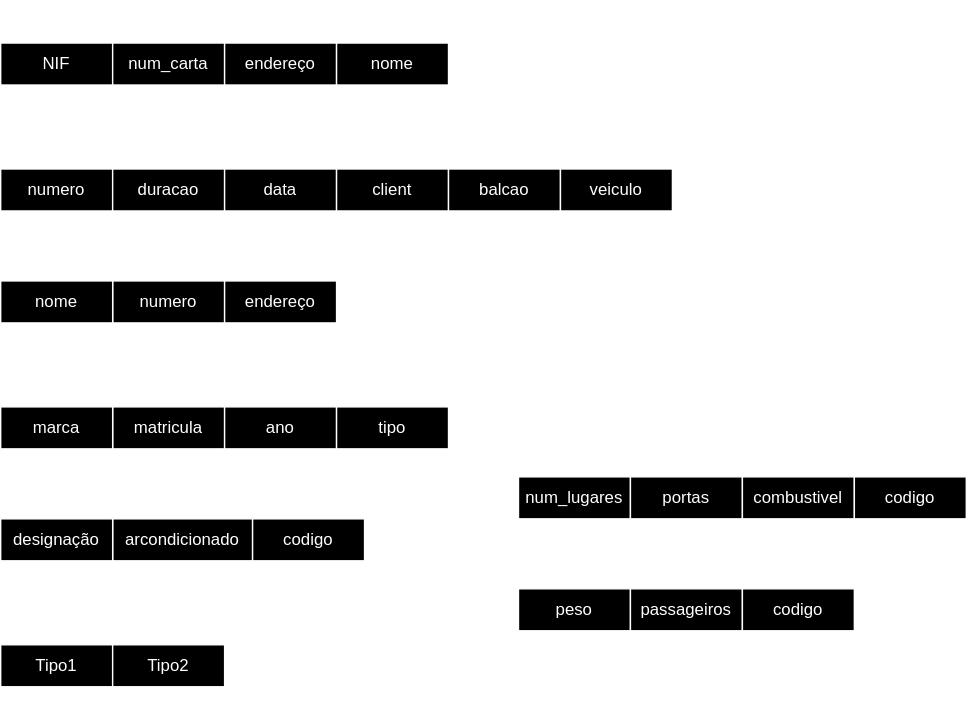
roldao04/BD keeps this draw.io diagram as Aula3/ex1c.svg. Above is the earlier version. Source tidied: cells renumbered, new cells last; positions are measured from the earlier drawing's top-left corner, leaving out a move shared by most shapes. Source of this version:
```xml
<mxGraphModel>
  <root>
    <mxCell id="0" />
    <mxCell id="1" parent="0" />
    <mxCell id="2" value="Client" style="text;html=1;align=center;verticalAlign=middle;whiteSpace=wrap;rounded=0;fontSize=16;fontStyle=1;" parent="1" vertex="1">
      <mxGeometry width="60" height="30" as="geometry" />
    </mxCell>
    <mxCell id="3" value="NIF" style="rounded=0;whiteSpace=wrap;html=1;" parent="1" vertex="1">
      <mxGeometry y="30" width="80" height="30" as="geometry" />
    </mxCell>
    <mxCell id="4" value="num_carta" style="rounded=0;whiteSpace=wrap;html=1;" parent="1" vertex="1">
      <mxGeometry x="80" y="30" width="80" height="30" as="geometry" />
    </mxCell>
    <mxCell id="5" value="endereço" style="rounded=0;whiteSpace=wrap;html=1;" parent="1" vertex="1">
      <mxGeometry x="160" y="30" width="80" height="30" as="geometry" />
    </mxCell>
    <mxCell id="6" value="nome" style="rounded=0;whiteSpace=wrap;html=1;" parent="1" vertex="1">
      <mxGeometry x="240" y="30" width="80" height="30" as="geometry" />
    </mxCell>
    <mxCell id="7" value="Aluguer" style="text;html=1;align=center;verticalAlign=middle;whiteSpace=wrap;rounded=0;fontSize=16;fontStyle=1;" parent="1" vertex="1">
      <mxGeometry y="90" width="80" height="30" as="geometry" />
    </mxCell>
    <mxCell id="8" value="numero" style="rounded=0;whiteSpace=wrap;html=1;" parent="1" vertex="1">
      <mxGeometry y="120" width="80" height="30" as="geometry" />
    </mxCell>
    <mxCell id="9" value="duracao" style="rounded=0;whiteSpace=wrap;html=1;" parent="1" vertex="1">
      <mxGeometry x="80" y="120" width="80" height="30" as="geometry" />
    </mxCell>
    <mxCell id="10" value="data" style="rounded=0;whiteSpace=wrap;html=1;" parent="1" vertex="1">
      <mxGeometry x="160" y="120" width="80" height="30" as="geometry" />
    </mxCell>
    <mxCell id="11" style="edgeStyle=orthogonalEdgeStyle;rounded=0;jettySize=auto;html=1;entryX=0.5;entryY=1;entryDx=0;entryDy=0;" parent="1" edge="1" source="12" target="3">
      <mxGeometry relative="1" as="geometry">
        <Array as="points">
          <mxPoint x="280" y="80" />
          <mxPoint x="40" y="80" />
        </Array>
      </mxGeometry>
    </mxCell>
    <mxCell id="12" value="client" style="rounded=0;whiteSpace=wrap;html=1;" parent="1" vertex="1">
      <mxGeometry x="240" y="120" width="80" height="30" as="geometry" />
    </mxCell>
    <mxCell id="13" style="edgeStyle=orthogonalEdgeStyle;rounded=0;jettySize=auto;html=1;entryX=0.5;entryY=0;entryDx=0;entryDy=0;" parent="1" edge="1" source="14" target="18">
      <mxGeometry relative="1" as="geometry">
        <Array as="points">
          <mxPoint x="360" y="170" />
          <mxPoint x="120" y="170" />
        </Array>
      </mxGeometry>
    </mxCell>
    <mxCell id="14" value="balcao" style="rounded=0;whiteSpace=wrap;html=1;" parent="1" vertex="1">
      <mxGeometry x="320" y="120" width="80" height="30" as="geometry" />
    </mxCell>
    <mxCell id="15" style="edgeStyle=orthogonalEdgeStyle;rounded=0;jettySize=auto;html=1;entryX=0.5;entryY=0;entryDx=0;entryDy=0;" parent="1" edge="1" source="16" target="22">
      <mxGeometry relative="1" as="geometry">
        <Array as="points">
          <mxPoint x="440" y="260" />
          <mxPoint x="120" y="260" />
        </Array>
      </mxGeometry>
    </mxCell>
    <mxCell id="16" value="veiculo" style="rounded=0;whiteSpace=wrap;html=1;" parent="1" vertex="1">
      <mxGeometry x="400" y="120" width="80" height="30" as="geometry" />
    </mxCell>
    <mxCell id="17" value="Balcao" style="text;html=1;align=center;verticalAlign=middle;whiteSpace=wrap;rounded=0;fontSize=16;fontStyle=1;" parent="1" vertex="1">
      <mxGeometry y="170" width="70" height="30" as="geometry" />
    </mxCell>
    <mxCell id="18" value="numero" style="rounded=0;whiteSpace=wrap;html=1;" parent="1" vertex="1">
      <mxGeometry x="80" y="200" width="80" height="30" as="geometry" />
    </mxCell>
    <mxCell id="19" value="nome" style="rounded=0;whiteSpace=wrap;html=1;" parent="1" vertex="1">
      <mxGeometry y="200" width="80" height="30" as="geometry" />
    </mxCell>
    <mxCell id="20" value="endereço" style="rounded=0;whiteSpace=wrap;html=1;" parent="1" vertex="1">
      <mxGeometry x="160" y="200" width="80" height="30" as="geometry" />
    </mxCell>
    <mxCell id="21" value="Veiculo" style="text;html=1;align=center;verticalAlign=middle;whiteSpace=wrap;rounded=0;fontSize=16;fontStyle=1;" parent="1" vertex="1">
      <mxGeometry y="260" width="70" height="30" as="geometry" />
    </mxCell>
    <mxCell id="22" value="matricula" style="rounded=0;whiteSpace=wrap;html=1;" parent="1" vertex="1">
      <mxGeometry x="80" y="290" width="80" height="30" as="geometry" />
    </mxCell>
    <mxCell id="23" value="marca" style="rounded=0;whiteSpace=wrap;html=1;" parent="1" vertex="1">
      <mxGeometry y="290" width="80" height="30" as="geometry" />
    </mxCell>
    <mxCell id="24" value="ano" style="rounded=0;whiteSpace=wrap;html=1;" parent="1" vertex="1">
      <mxGeometry x="160" y="290" width="80" height="30" as="geometry" />
    </mxCell>
    <mxCell id="25" style="edgeStyle=orthogonalEdgeStyle;rounded=0;jettySize=auto;html=1;entryX=0.5;entryY=0;entryDx=0;entryDy=0;" parent="1" edge="1" source="26" target="30">
      <mxGeometry relative="1" as="geometry" />
    </mxCell>
    <mxCell id="26" value="tipo" style="rounded=0;whiteSpace=wrap;html=1;" parent="1" vertex="1">
      <mxGeometry x="240" y="290" width="80" height="30" as="geometry" />
    </mxCell>
    <mxCell id="27" value="Tipo_Veiculo" style="text;html=1;align=center;verticalAlign=middle;whiteSpace=wrap;rounded=0;fontSize=16;fontStyle=1;" parent="1" vertex="1">
      <mxGeometry y="340" width="110" height="30" as="geometry" />
    </mxCell>
    <mxCell id="28" value="arcondicionado" style="rounded=0;whiteSpace=wrap;html=1;" parent="1" vertex="1">
      <mxGeometry x="80" y="370" width="100" height="30" as="geometry" />
    </mxCell>
    <mxCell id="29" value="designação" style="rounded=0;whiteSpace=wrap;html=1;" parent="1" vertex="1">
      <mxGeometry y="370" width="80" height="30" as="geometry" />
    </mxCell>
    <mxCell id="30" value="codigo" style="rounded=0;whiteSpace=wrap;html=1;" parent="1" vertex="1">
      <mxGeometry x="180" y="370" width="80" height="30" as="geometry" />
    </mxCell>
    <mxCell id="31" value="Similaridade" style="text;html=1;align=center;verticalAlign=middle;whiteSpace=wrap;rounded=0;fontSize=16;fontStyle=1;" parent="1" vertex="1">
      <mxGeometry y="430" width="110" height="30" as="geometry" />
    </mxCell>
    <mxCell id="32" style="edgeStyle=orthogonalEdgeStyle;rounded=0;jettySize=auto;html=1;endArrow=none;endFill=0;" parent="1" edge="1" source="33">
      <mxGeometry relative="1" as="geometry">
        <mxPoint x="120" y="510" as="targetPoint" />
        <Array as="points">
          <mxPoint x="40" y="510" />
        </Array>
      </mxGeometry>
    </mxCell>
    <mxCell id="33" value="Tipo1" style="rounded=0;whiteSpace=wrap;html=1;" parent="1" vertex="1">
      <mxGeometry y="460" width="80" height="30" as="geometry" />
    </mxCell>
    <mxCell id="34" style="edgeStyle=orthogonalEdgeStyle;rounded=0;jettySize=auto;html=1;entryX=0.5;entryY=1;entryDx=0;entryDy=0;" parent="1" edge="1" source="35" target="30">
      <mxGeometry relative="1" as="geometry">
        <Array as="points">
          <mxPoint x="120" y="510" />
          <mxPoint x="220" y="510" />
        </Array>
      </mxGeometry>
    </mxCell>
    <mxCell id="35" value="Tipo2" style="rounded=0;whiteSpace=wrap;html=1;" parent="1" vertex="1">
      <mxGeometry x="80" y="460" width="80" height="30" as="geometry" />
    </mxCell>
    <mxCell id="36" value="Ligeiro" style="text;html=1;align=center;verticalAlign=middle;whiteSpace=wrap;rounded=0;fontSize=16;fontStyle=1;" parent="1" vertex="1">
      <mxGeometry x="370" y="310" width="80" height="30" as="geometry" />
    </mxCell>
    <mxCell id="37" value="num_lugares" style="rounded=0;whiteSpace=wrap;html=1;" parent="1" vertex="1">
      <mxGeometry x="370" y="340" width="80" height="30" as="geometry" />
    </mxCell>
    <mxCell id="38" value="portas" style="rounded=0;whiteSpace=wrap;html=1;" parent="1" vertex="1">
      <mxGeometry x="450" y="340" width="80" height="30" as="geometry" />
    </mxCell>
    <mxCell id="39" value="combustivel" style="rounded=0;whiteSpace=wrap;html=1;" parent="1" vertex="1">
      <mxGeometry x="530" y="340" width="80" height="30" as="geometry" />
    </mxCell>
    <mxCell id="40" value="peso" style="rounded=0;whiteSpace=wrap;html=1;" parent="1" vertex="1">
      <mxGeometry x="370" y="420" width="80" height="30" as="geometry" />
    </mxCell>
    <mxCell id="41" value="Pesado" style="text;html=1;align=center;verticalAlign=middle;whiteSpace=wrap;rounded=0;fontSize=16;fontStyle=1;" parent="1" vertex="1">
      <mxGeometry x="370" y="390" width="80" height="30" as="geometry" />
    </mxCell>
    <mxCell id="42" value="passageiros" style="rounded=0;whiteSpace=wrap;html=1;" parent="1" vertex="1">
      <mxGeometry x="450" y="420" width="80" height="30" as="geometry" />
    </mxCell>
    <mxCell id="43" style="edgeStyle=orthogonalEdgeStyle;rounded=0;jettySize=auto;html=1;endArrow=none;endFill=0;" parent="1" edge="1" source="44">
      <mxGeometry relative="1" as="geometry">
        <mxPoint x="220" y="510" as="targetPoint" />
        <Array as="points">
          <mxPoint x="570" y="510" />
        </Array>
      </mxGeometry>
    </mxCell>
    <mxCell id="44" value="codigo" style="rounded=0;whiteSpace=wrap;html=1;" parent="1" vertex="1">
      <mxGeometry x="530" y="420" width="80" height="30" as="geometry" />
    </mxCell>
    <mxCell id="45" style="edgeStyle=orthogonalEdgeStyle;rounded=0;jettySize=auto;html=1;endArrow=none;endFill=0;" parent="1" edge="1" source="46">
      <mxGeometry relative="1" as="geometry">
        <mxPoint x="570" y="510" as="targetPoint" />
        <Array as="points">
          <mxPoint x="650" y="510" />
        </Array>
      </mxGeometry>
    </mxCell>
    <mxCell id="46" value="codigo" style="rounded=0;whiteSpace=wrap;html=1;" parent="1" vertex="1">
      <mxGeometry x="610" y="340" width="80" height="30" as="geometry" />
    </mxCell>
  </root>
</mxGraphModel>
```
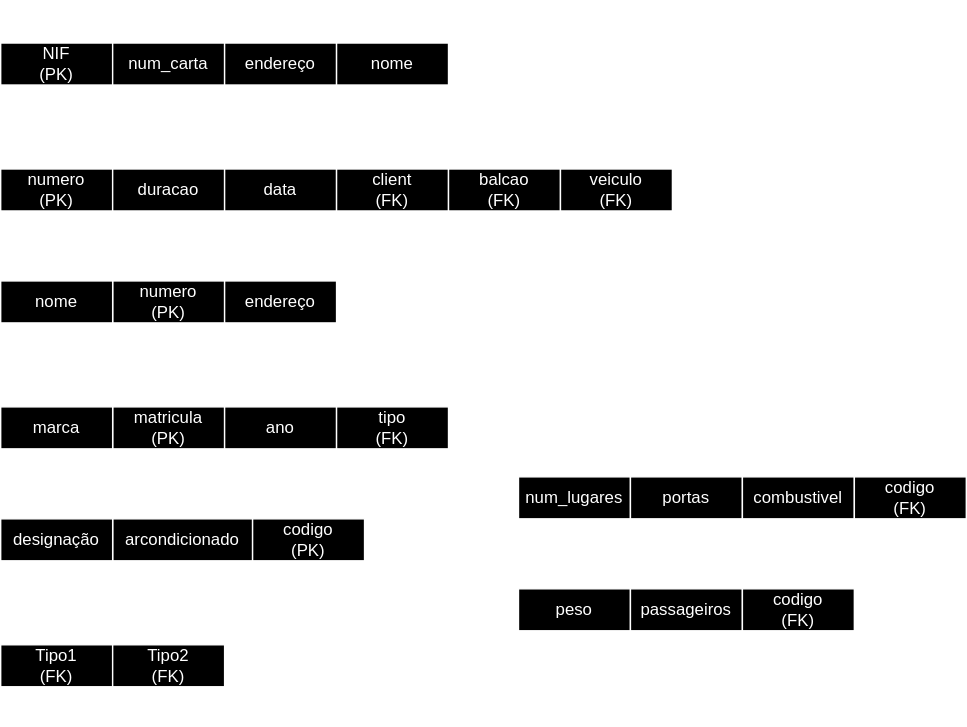
After the change.

What changed in the source:
```diff
@@ -5,7 +5,7 @@
     <mxCell id="2" value="Client" style="text;html=1;align=center;verticalAlign=middle;whiteSpace=wrap;rounded=0;fontSize=16;fontStyle=1;" parent="1" vertex="1">
       <mxGeometry width="60" height="30" as="geometry" />
     </mxCell>
-    <mxCell id="3" value="NIF" style="rounded=0;whiteSpace=wrap;html=1;" parent="1" vertex="1">
+    <mxCell id="3" value="NIF&lt;div&gt;(PK)&lt;/div&gt;" style="rounded=0;whiteSpace=wrap;html=1;" parent="1" vertex="1">
       <mxGeometry y="30" width="80" height="30" as="geometry" />
     </mxCell>
     <mxCell id="4" value="num_carta" style="rounded=0;whiteSpace=wrap;html=1;" parent="1" vertex="1">
@@ -20,7 +20,7 @@
     <mxCell id="7" value="Aluguer" style="text;html=1;align=center;verticalAlign=middle;whiteSpace=wrap;rounded=0;fontSize=16;fontStyle=1;" parent="1" vertex="1">
       <mxGeometry y="90" width="80" height="30" as="geometry" />
     </mxCell>
-    <mxCell id="8" value="numero" style="rounded=0;whiteSpace=wrap;html=1;" parent="1" vertex="1">
+    <mxCell id="8" value="numero&lt;div&gt;(PK)&lt;/div&gt;" style="rounded=0;whiteSpace=wrap;html=1;" parent="1" vertex="1">
       <mxGeometry y="120" width="80" height="30" as="geometry" />
     </mxCell>
     <mxCell id="9" value="duracao" style="rounded=0;whiteSpace=wrap;html=1;" parent="1" vertex="1">
@@ -37,7 +37,7 @@
         </Array>
       </mxGeometry>
     </mxCell>
-    <mxCell id="12" value="client" style="rounded=0;whiteSpace=wrap;html=1;" parent="1" vertex="1">
+    <mxCell id="12" value="client&lt;div&gt;(FK)&lt;/div&gt;" style="rounded=0;whiteSpace=wrap;html=1;" parent="1" vertex="1">
       <mxGeometry x="240" y="120" width="80" height="30" as="geometry" />
     </mxCell>
     <mxCell id="13" style="edgeStyle=orthogonalEdgeStyle;rounded=0;jettySize=auto;html=1;entryX=0.5;entryY=0;entryDx=0;entryDy=0;" parent="1" edge="1" source="14" target="18">
@@ -48,7 +48,7 @@
         </Array>
       </mxGeometry>
     </mxCell>
-    <mxCell id="14" value="balcao" style="rounded=0;whiteSpace=wrap;html=1;" parent="1" vertex="1">
+    <mxCell id="14" value="balcao&lt;div&gt;(FK)&lt;/div&gt;" style="rounded=0;whiteSpace=wrap;html=1;" parent="1" vertex="1">
       <mxGeometry x="320" y="120" width="80" height="30" as="geometry" />
     </mxCell>
     <mxCell id="15" style="edgeStyle=orthogonalEdgeStyle;rounded=0;jettySize=auto;html=1;entryX=0.5;entryY=0;entryDx=0;entryDy=0;" parent="1" edge="1" source="16" target="22">
@@ -59,13 +59,13 @@
         </Array>
       </mxGeometry>
     </mxCell>
-    <mxCell id="16" value="veiculo" style="rounded=0;whiteSpace=wrap;html=1;" parent="1" vertex="1">
+    <mxCell id="16" value="veiculo&lt;div&gt;(FK)&lt;/div&gt;" style="rounded=0;whiteSpace=wrap;html=1;" parent="1" vertex="1">
       <mxGeometry x="400" y="120" width="80" height="30" as="geometry" />
     </mxCell>
     <mxCell id="17" value="Balcao" style="text;html=1;align=center;verticalAlign=middle;whiteSpace=wrap;rounded=0;fontSize=16;fontStyle=1;" parent="1" vertex="1">
       <mxGeometry y="170" width="70" height="30" as="geometry" />
     </mxCell>
-    <mxCell id="18" value="numero" style="rounded=0;whiteSpace=wrap;html=1;" parent="1" vertex="1">
+    <mxCell id="18" value="numero&lt;div&gt;(PK)&lt;/div&gt;" style="rounded=0;whiteSpace=wrap;html=1;" parent="1" vertex="1">
       <mxGeometry x="80" y="200" width="80" height="30" as="geometry" />
     </mxCell>
     <mxCell id="19" value="nome" style="rounded=0;whiteSpace=wrap;html=1;" parent="1" vertex="1">
@@ -77,7 +77,7 @@
     <mxCell id="21" value="Veiculo" style="text;html=1;align=center;verticalAlign=middle;whiteSpace=wrap;rounded=0;fontSize=16;fontStyle=1;" parent="1" vertex="1">
       <mxGeometry y="260" width="70" height="30" as="geometry" />
     </mxCell>
-    <mxCell id="22" value="matricula" style="rounded=0;whiteSpace=wrap;html=1;" parent="1" vertex="1">
+    <mxCell id="22" value="matricula&lt;div&gt;(PK)&lt;/div&gt;" style="rounded=0;whiteSpace=wrap;html=1;" parent="1" vertex="1">
       <mxGeometry x="80" y="290" width="80" height="30" as="geometry" />
     </mxCell>
     <mxCell id="23" value="marca" style="rounded=0;whiteSpace=wrap;html=1;" parent="1" vertex="1">
@@ -89,7 +89,7 @@
     <mxCell id="25" style="edgeStyle=orthogonalEdgeStyle;rounded=0;jettySize=auto;html=1;entryX=0.5;entryY=0;entryDx=0;entryDy=0;" parent="1" edge="1" source="26" target="30">
       <mxGeometry relative="1" as="geometry" />
     </mxCell>
-    <mxCell id="26" value="tipo" style="rounded=0;whiteSpace=wrap;html=1;" parent="1" vertex="1">
+    <mxCell id="26" value="tipo&lt;div&gt;(FK)&lt;/div&gt;" style="rounded=0;whiteSpace=wrap;html=1;" parent="1" vertex="1">
       <mxGeometry x="240" y="290" width="80" height="30" as="geometry" />
     </mxCell>
     <mxCell id="27" value="Tipo_Veiculo" style="text;html=1;align=center;verticalAlign=middle;whiteSpace=wrap;rounded=0;fontSize=16;fontStyle=1;" parent="1" vertex="1">
@@ -101,7 +101,7 @@
     <mxCell id="29" value="designação" style="rounded=0;whiteSpace=wrap;html=1;" parent="1" vertex="1">
       <mxGeometry y="370" width="80" height="30" as="geometry" />
     </mxCell>
-    <mxCell id="30" value="codigo" style="rounded=0;whiteSpace=wrap;html=1;" parent="1" vertex="1">
+    <mxCell id="30" value="codigo&lt;div&gt;(PK)&lt;/div&gt;" style="rounded=0;whiteSpace=wrap;html=1;" parent="1" vertex="1">
       <mxGeometry x="180" y="370" width="80" height="30" as="geometry" />
     </mxCell>
     <mxCell id="31" value="Similaridade" style="text;html=1;align=center;verticalAlign=middle;whiteSpace=wrap;rounded=0;fontSize=16;fontStyle=1;" parent="1" vertex="1">
@@ -115,7 +115,7 @@
         </Array>
       </mxGeometry>
     </mxCell>
-    <mxCell id="33" value="Tipo1" style="rounded=0;whiteSpace=wrap;html=1;" parent="1" vertex="1">
+    <mxCell id="33" value="Tipo1&lt;div&gt;(FK)&lt;/div&gt;" style="rounded=0;whiteSpace=wrap;html=1;" parent="1" vertex="1">
       <mxGeometry y="460" width="80" height="30" as="geometry" />
     </mxCell>
     <mxCell id="34" style="edgeStyle=orthogonalEdgeStyle;rounded=0;jettySize=auto;html=1;entryX=0.5;entryY=1;entryDx=0;entryDy=0;" parent="1" edge="1" source="35" target="30">
@@ -126,7 +126,7 @@
         </Array>
       </mxGeometry>
     </mxCell>
-    <mxCell id="35" value="Tipo2" style="rounded=0;whiteSpace=wrap;html=1;" parent="1" vertex="1">
+    <mxCell id="35" value="Tipo2&lt;div&gt;(FK)&lt;/div&gt;" style="rounded=0;whiteSpace=wrap;html=1;" parent="1" vertex="1">
       <mxGeometry x="80" y="460" width="80" height="30" as="geometry" />
     </mxCell>
     <mxCell id="36" value="Ligeiro" style="text;html=1;align=center;verticalAlign=middle;whiteSpace=wrap;rounded=0;fontSize=16;fontStyle=1;" parent="1" vertex="1">
@@ -158,7 +158,7 @@
         </Array>
       </mxGeometry>
     </mxCell>
-    <mxCell id="44" value="codigo" style="rounded=0;whiteSpace=wrap;html=1;" parent="1" vertex="1">
+    <mxCell id="44" value="codigo&lt;div&gt;(FK)&lt;/div&gt;" style="rounded=0;whiteSpace=wrap;html=1;" parent="1" vertex="1">
       <mxGeometry x="530" y="420" width="80" height="30" as="geometry" />
     </mxCell>
     <mxCell id="45" style="edgeStyle=orthogonalEdgeStyle;rounded=0;jettySize=auto;html=1;endArrow=none;endFill=0;" parent="1" edge="1" source="46">
@@ -169,7 +169,7 @@
         </Array>
       </mxGeometry>
     </mxCell>
-    <mxCell id="46" value="codigo" style="rounded=0;whiteSpace=wrap;html=1;" parent="1" vertex="1">
+    <mxCell id="46" value="codigo&lt;div&gt;(FK)&lt;/div&gt;" style="rounded=0;whiteSpace=wrap;html=1;" parent="1" vertex="1">
       <mxGeometry x="610" y="340" width="80" height="30" as="geometry" />
     </mxCell>
   </root>
```
